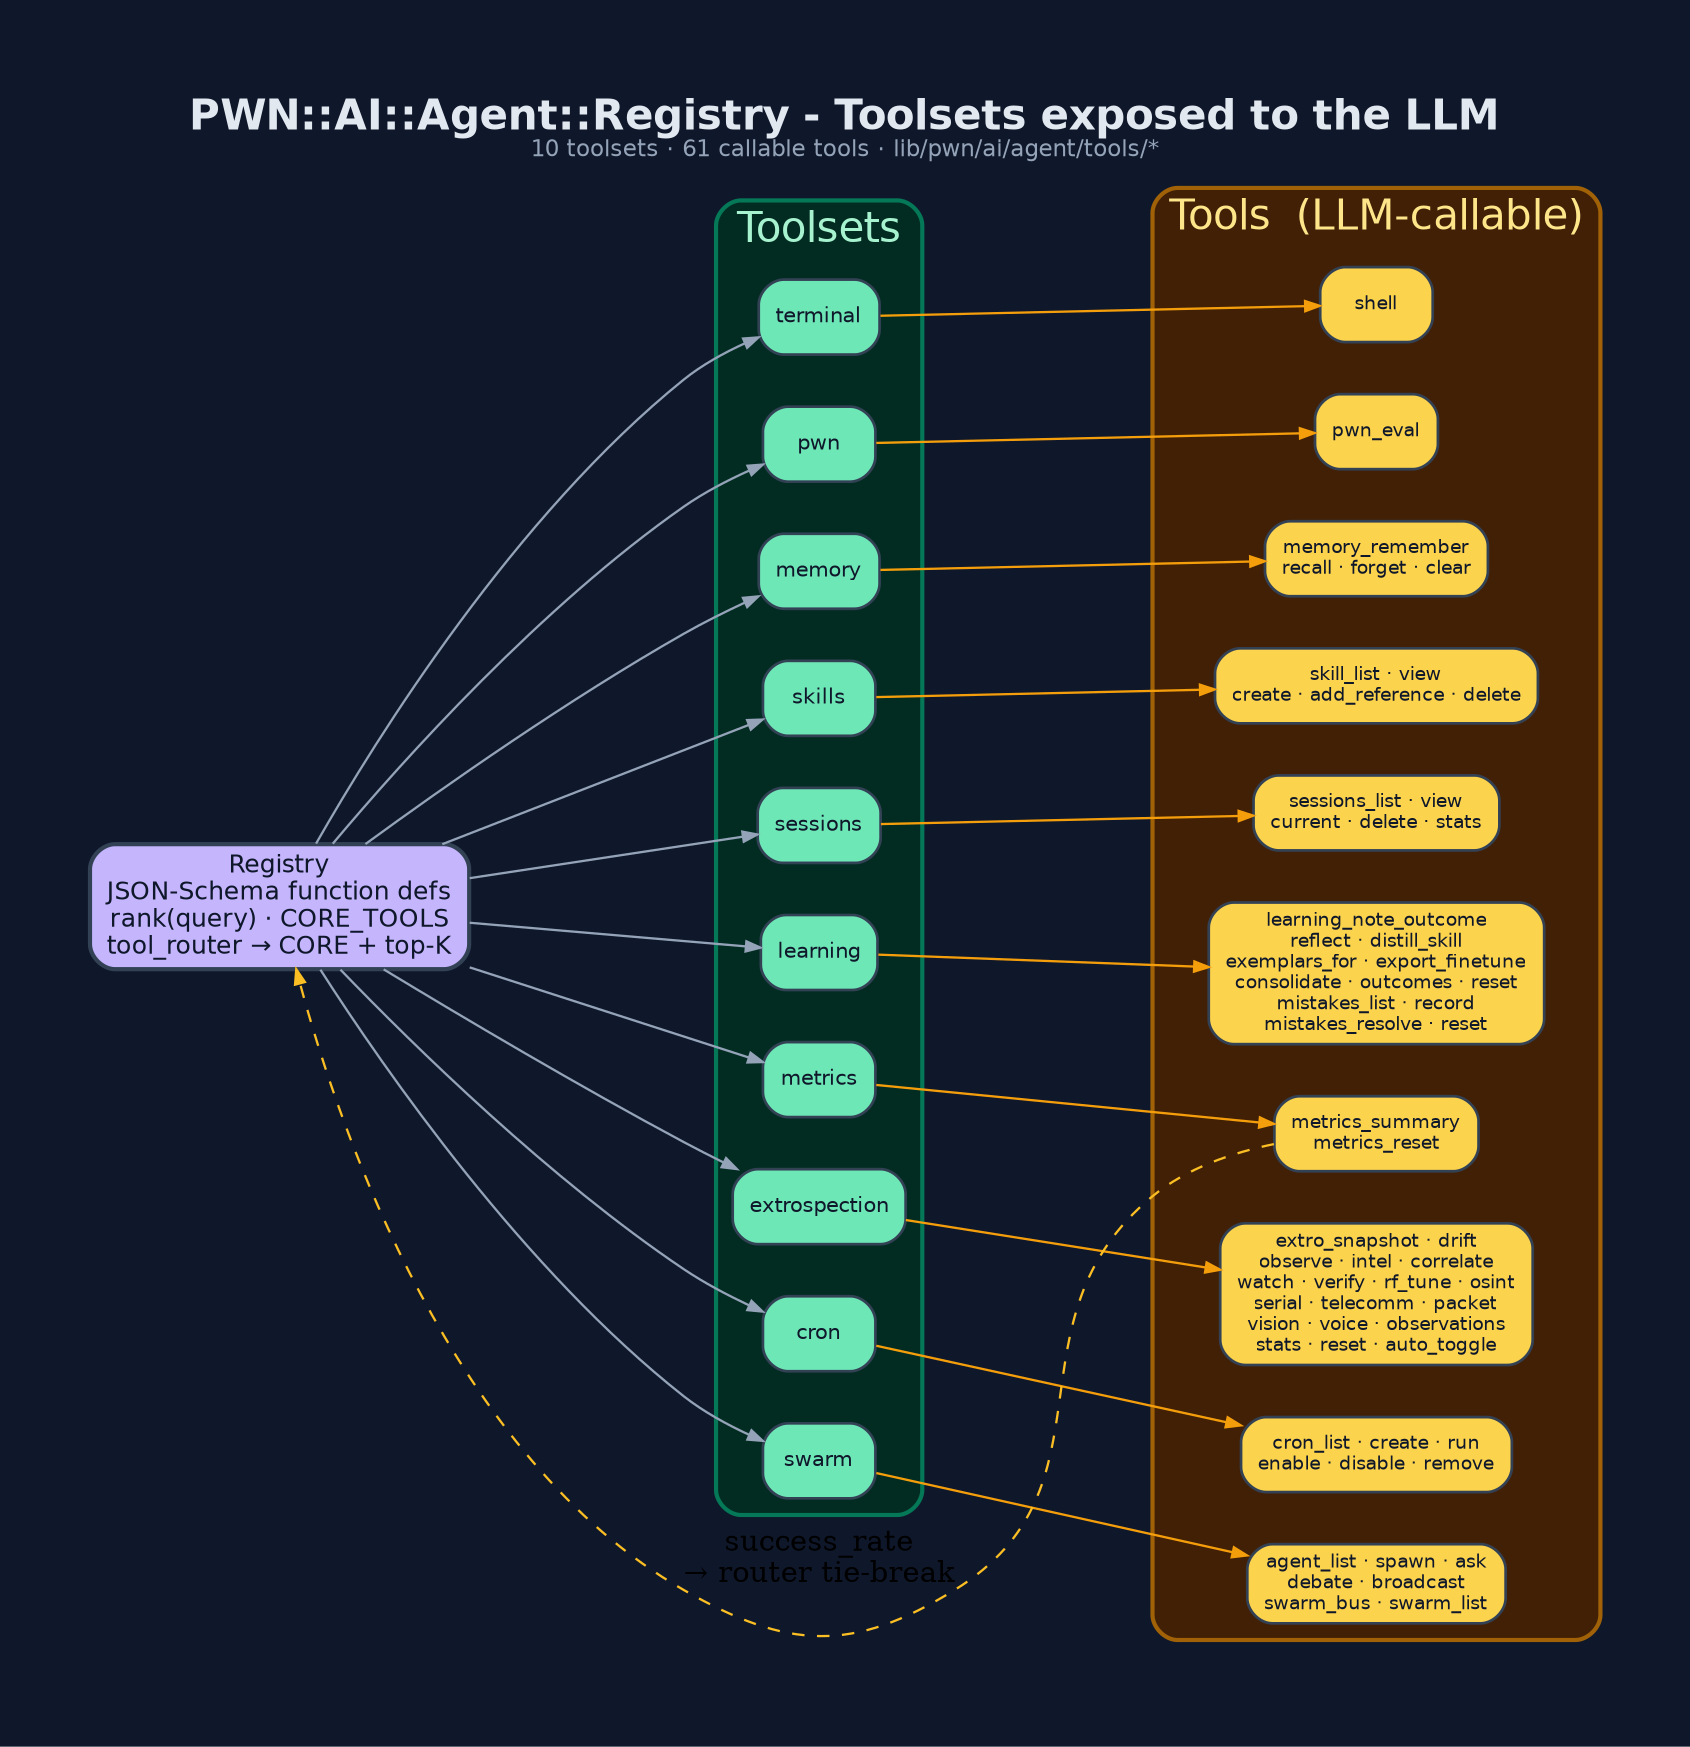
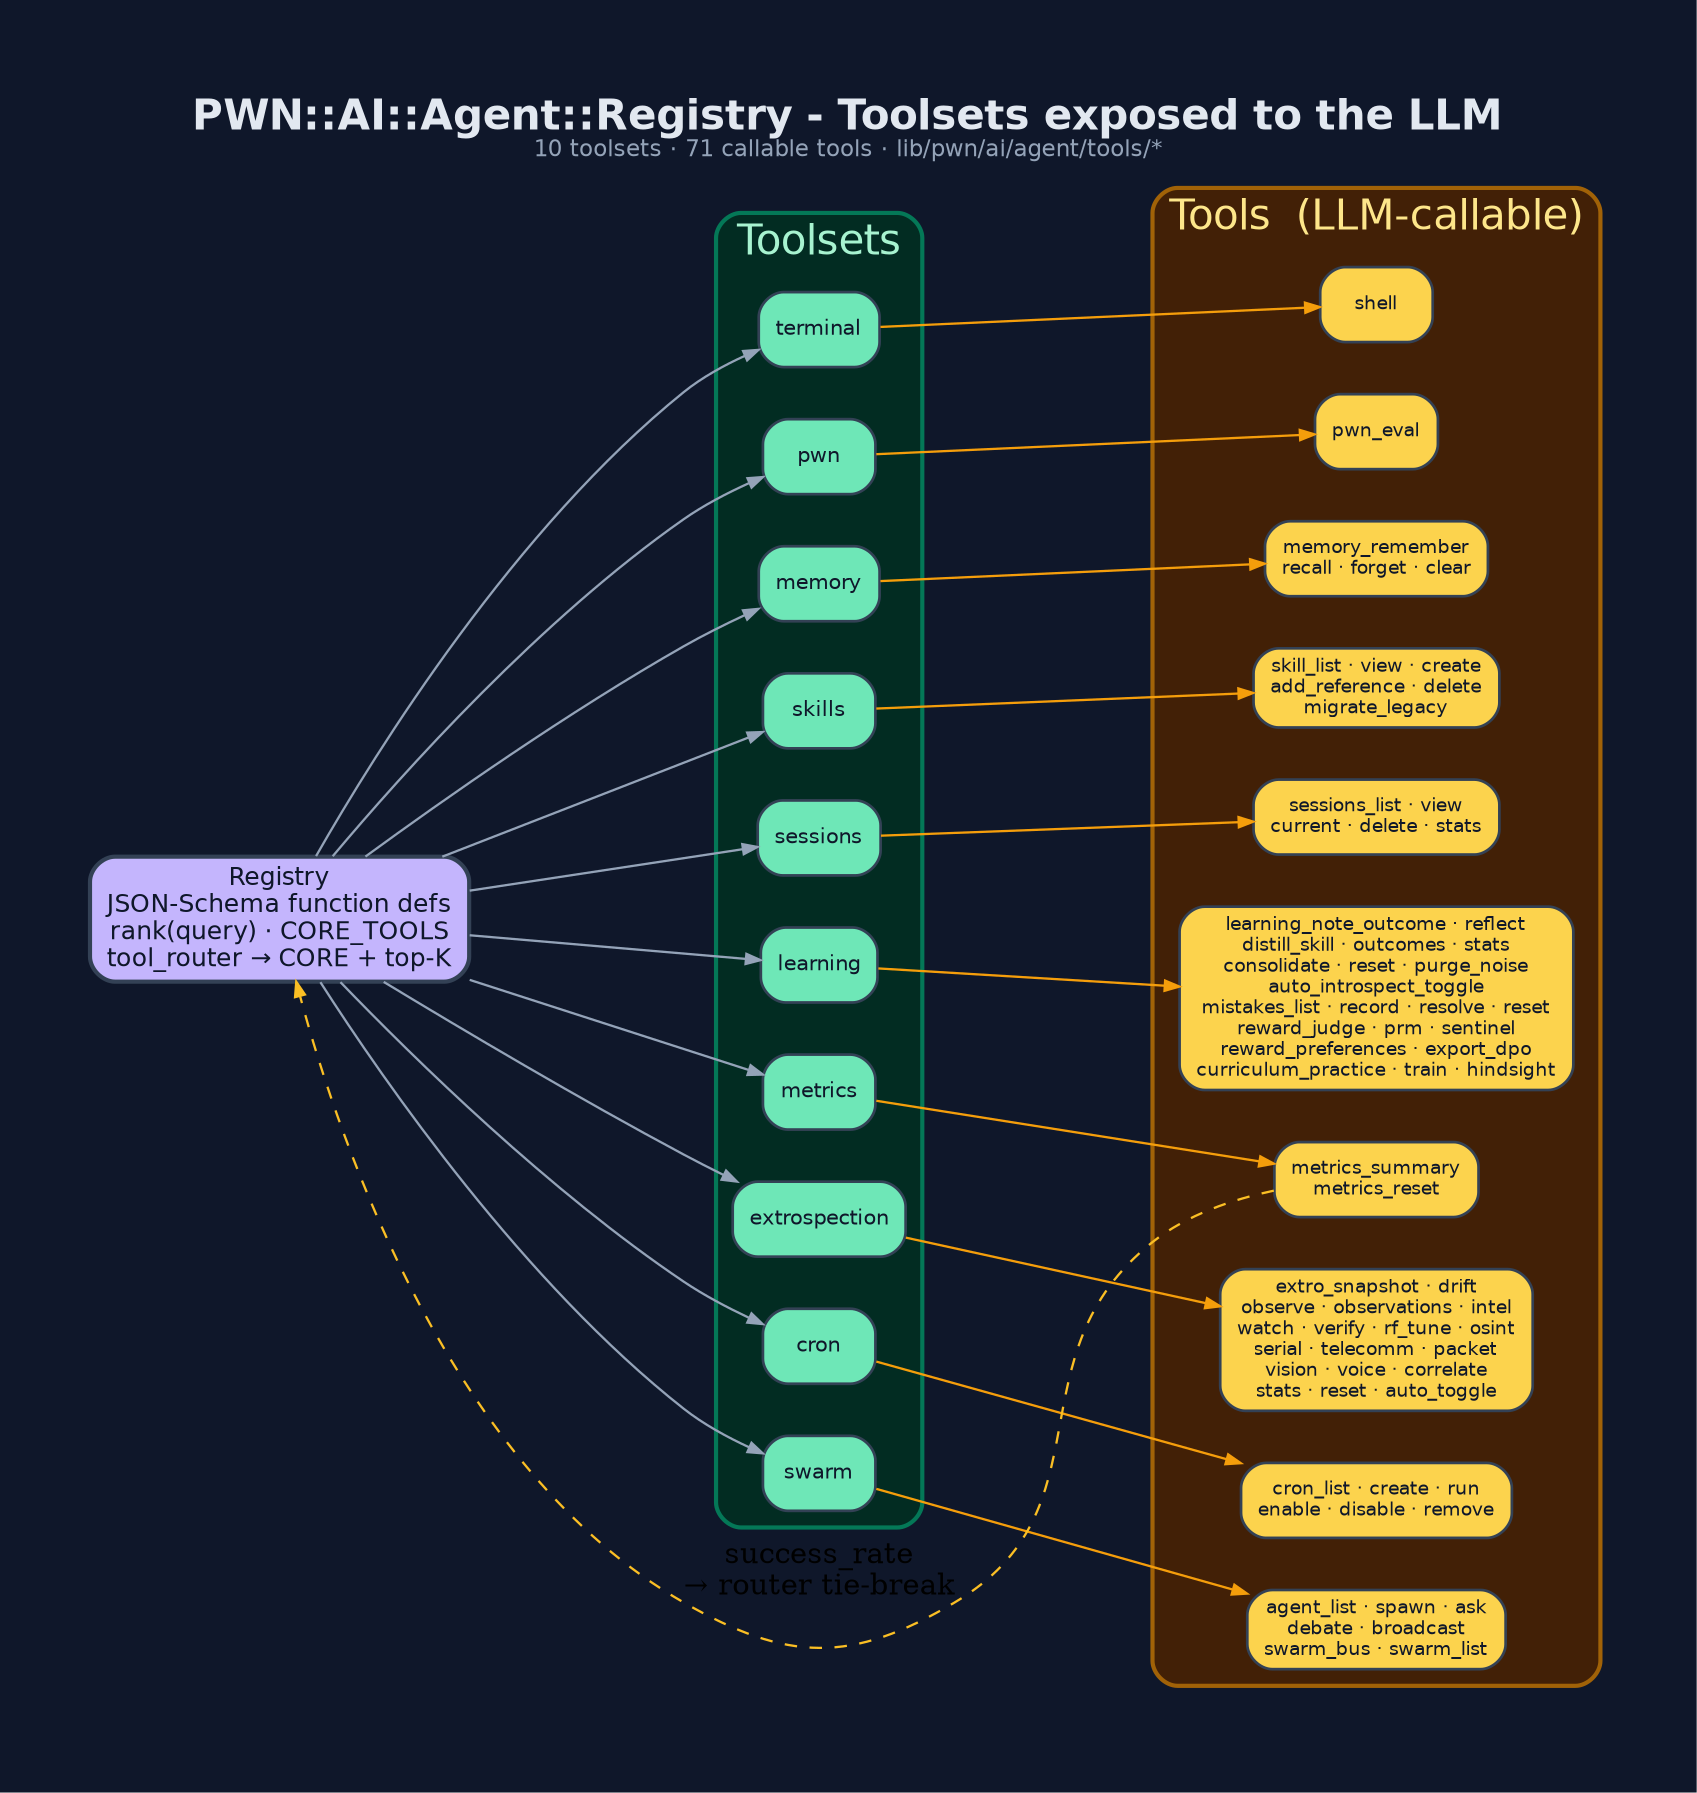
digraph "PWN_Agent_Tool_Registry" {
  graph [
-     label=<<B>PWN::AI::Agent::Registry - Toolsets exposed to the LLM</B><BR/><FONT POINT-SIZE="11" COLOR="#94a3b8">10 toolsets · 61 callable tools · lib/pwn/ai/agent/tools/*</FONT>>,
+     label=<<B>PWN::AI::Agent::Registry - Toolsets exposed to the LLM</B><BR/><FONT POINT-SIZE="11" COLOR="#94a3b8">10 toolsets · 71 callable tools · lib/pwn/ai/agent/tools/*</FONT>>,
    labelloc=t, fontsize=20, fontname="Helvetica",
    rankdir=LR, splines=spline, nodesep=0.35, ranksep=1.4,
    bgcolor="#0f172a", fontcolor="#e2e8f0", pad=0.6, newrank=true
  ];
  node [fontname="Helvetica", fontsize=10, style="filled,rounded",
        shape=box, penwidth=1.3, color="#334155", fontcolor="#0f172a"];
  edge [color="#94a3b8", penwidth=1.1, arrowsize=0.7];

  Registry [label="Registry\nJSON-Schema function defs\nrank(query) · CORE_TOOLS\ntool_router → CORE + top-K", fillcolor="#c4b5fd", fontsize=12, penwidth=2];

  subgraph cluster_ts {
    label="Toolsets"; fontcolor="#a7f3d0"; style=rounded;
    color="#047857"; bgcolor="#022c22"; penwidth=2;
    terminal [label="terminal", fillcolor="#6ee7b7"];
    pwn      [label="pwn",      fillcolor="#6ee7b7"];
    memory   [label="memory",   fillcolor="#6ee7b7"];
    skills   [label="skills",   fillcolor="#6ee7b7"];
    sessions [label="sessions", fillcolor="#6ee7b7"];
    learning [label="learning", fillcolor="#6ee7b7"];
    metrics  [label="metrics",  fillcolor="#6ee7b7"];
    extro    [label="extrospection", fillcolor="#6ee7b7"];
    cron     [label="cron",     fillcolor="#6ee7b7"];
    swarm    [label="swarm",    fillcolor="#6ee7b7"];
  }

  subgraph cluster_tools {
    label="Tools  (LLM-callable)"; fontcolor="#fde68a"; style=rounded;
    color="#a16207"; bgcolor="#422006"; penwidth=2;
    node [fillcolor="#fcd34d", fontsize=9];
    t_shell   [label="shell"];
    t_eval    [label="pwn_eval"];
    t_mem     [label="memory_remember\nrecall · forget · clear"];
-     t_skill   [label="skill_list · view\ncreate · add_reference · delete"];
+     t_skill   [label="skill_list · view · create\nadd_reference · delete\nmigrate_legacy"];
    t_sess    [label="sessions_list · view\ncurrent · delete · stats"];
-     t_learn   [label="learning_note_outcome\nreflect · distill_skill\nexemplars_for · export_finetune\nconsolidate · outcomes · reset\nmistakes_list · record\nmistakes_resolve · reset"];
+     t_learn   [label="learning_note_outcome · reflect\ndistill_skill · outcomes · stats\nconsolidate · reset · purge_noise\nauto_introspect_toggle\nmistakes_list · record · resolve · reset\nreward_judge · prm · sentinel\nreward_preferences · export_dpo\ncurriculum_practice · train · hindsight"];
    t_metric  [label="metrics_summary\nmetrics_reset"];
-     t_extro   [label="extro_snapshot · drift\nobserve · intel · correlate\nwatch · verify · rf_tune · osint\nserial · telecomm · packet\nvision · voice · observations\nstats · reset · auto_toggle"];
+     t_extro   [label="extro_snapshot · drift\nobserve · observations · intel\nwatch · verify · rf_tune · osint\nserial · telecomm · packet\nvision · voice · correlate\nstats · reset · auto_toggle"];
    t_cron    [label="cron_list · create · run\nenable · disable · remove"];
    t_swarm   [label="agent_list · spawn · ask\ndebate · broadcast\nswarm_bus · swarm_list"];
  }

  Registry -> terminal; Registry -> pwn; Registry -> memory;
  Registry -> skills; Registry -> sessions; Registry -> learning;
  Registry -> metrics; Registry -> extro; Registry -> cron; Registry -> swarm;

  terminal -> t_shell  [color="#f59e0b"];
  pwn      -> t_eval   [color="#f59e0b"];
  memory   -> t_mem    [color="#f59e0b"];
  skills   -> t_skill  [color="#f59e0b"];
  sessions -> t_sess   [color="#f59e0b"];
  learning -> t_learn  [color="#f59e0b"];
  metrics  -> t_metric [color="#f59e0b"];
  extro    -> t_extro  [color="#f59e0b"];
  cron     -> t_cron   [color="#f59e0b"];
  swarm    -> t_swarm  [color="#f59e0b"];

  t_metric -> Registry [label="success_rate\n→ router tie-break", style=dashed, color="#fbbf24", constraint=false];
}
